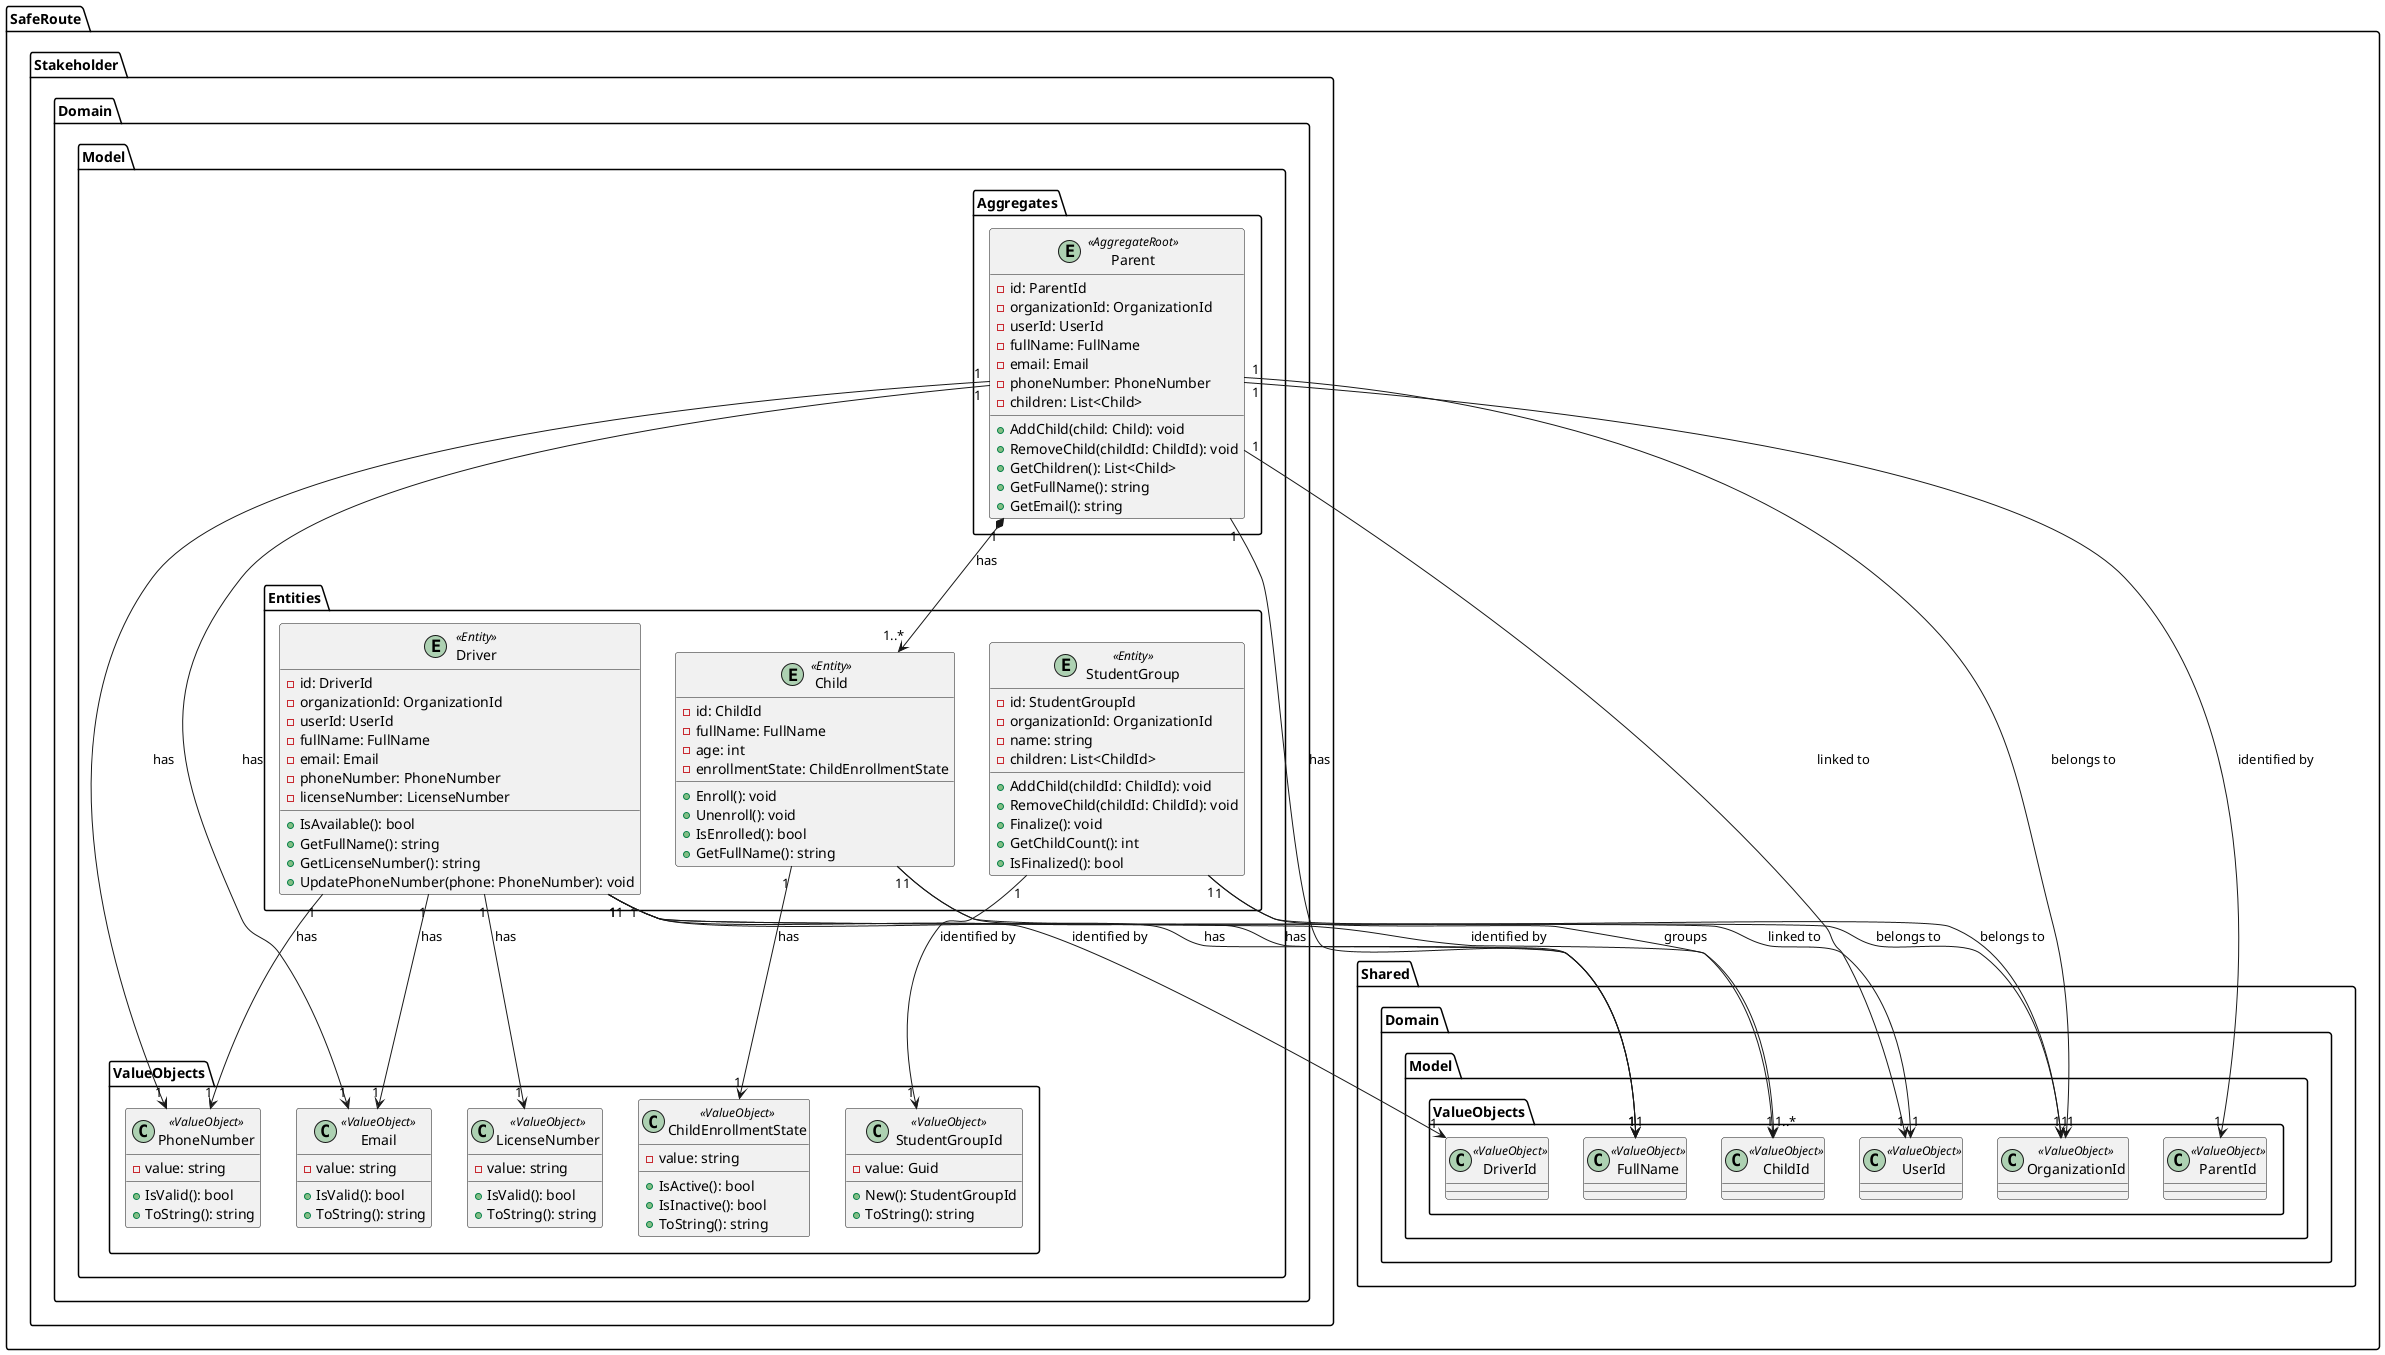
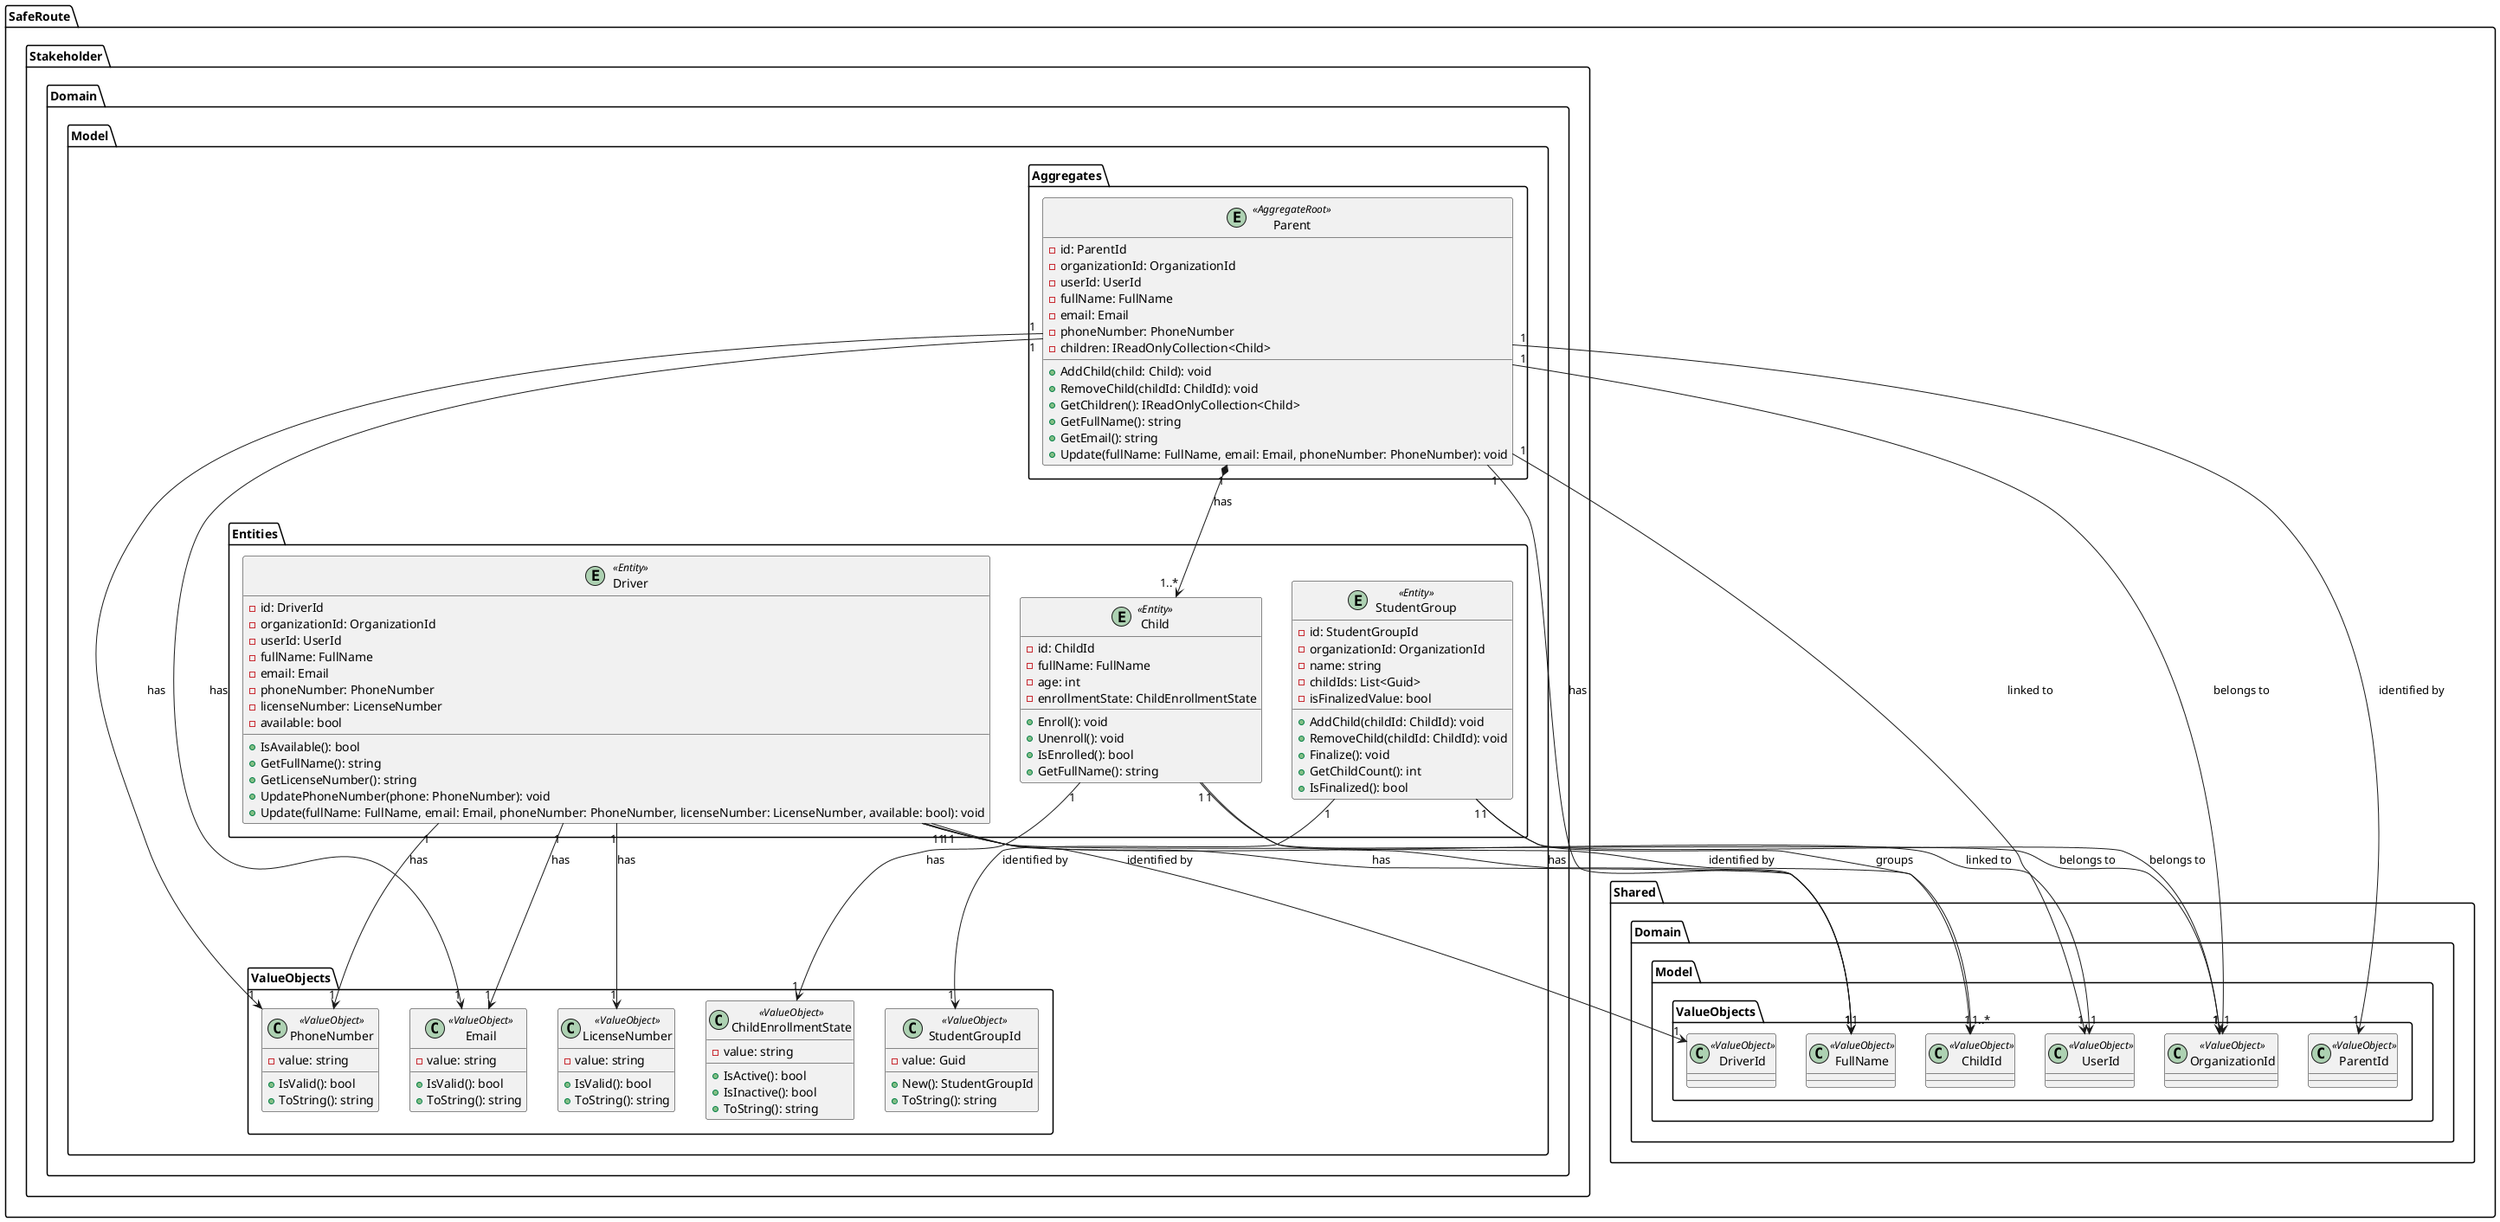
@startuml
skinparam monochrome false

package "SafeRoute.Stakeholder.Domain.Model.Aggregates" {
  entity "Parent" as Parent <<AggregateRoot>> {
    -id: ParentId
    -organizationId: OrganizationId
    -userId: UserId
    -fullName: FullName
    -email: Email
    -phoneNumber: PhoneNumber
-     -children: List<Child>
+     -children: IReadOnlyCollection<Child>
    +AddChild(child: Child): void
    +RemoveChild(childId: ChildId): void
-     +GetChildren(): List<Child>
+     +GetChildren(): IReadOnlyCollection<Child>
    +GetFullName(): string
    +GetEmail(): string
+     +Update(fullName: FullName, email: Email, phoneNumber: PhoneNumber): void
  }
}

package "SafeRoute.Stakeholder.Domain.Model.Entities" {
  entity "Driver" as Driver <<Entity>> {
    -id: DriverId
    -organizationId: OrganizationId
    -userId: UserId
    -fullName: FullName
    -email: Email
    -phoneNumber: PhoneNumber
    -licenseNumber: LicenseNumber
+     -available: bool
    +IsAvailable(): bool
    +GetFullName(): string
    +GetLicenseNumber(): string
    +UpdatePhoneNumber(phone: PhoneNumber): void
+     +Update(fullName: FullName, email: Email, phoneNumber: PhoneNumber, licenseNumber: LicenseNumber, available: bool): void
  }

  entity "Child" as Child <<Entity>> {
    -id: ChildId
    -fullName: FullName
    -age: int
    -enrollmentState: ChildEnrollmentState
    +Enroll(): void
    +Unenroll(): void
    +IsEnrolled(): bool
    +GetFullName(): string
  }

  entity "StudentGroup" as StudentGroup <<Entity>> {
    -id: StudentGroupId
    -organizationId: OrganizationId
    -name: string
-     -children: List<ChildId>
+     -childIds: List<Guid>
+     -isFinalizedValue: bool
    +AddChild(childId: ChildId): void
    +RemoveChild(childId: ChildId): void
    +Finalize(): void
    +GetChildCount(): int
    +IsFinalized(): bool
  }
}

package "SafeRoute.Stakeholder.Domain.Model.ValueObjects" {
  class "StudentGroupId" as StudentGroupId <<ValueObject>> {
    -value: Guid
    +New(): StudentGroupId
    +ToString(): string
  }

  class "Email" as Email <<ValueObject>> {
    -value: string
    +IsValid(): bool
    +ToString(): string
  }

  class "PhoneNumber" as PhoneNumber <<ValueObject>> {
    -value: string
    +IsValid(): bool
    +ToString(): string
  }

  class "LicenseNumber" as LicenseNumber <<ValueObject>> {
    -value: string
    +IsValid(): bool
    +ToString(): string
  }

  class "ChildEnrollmentState" as ChildEnrollmentState <<ValueObject>> {
    -value: string
    +IsActive(): bool
    +IsInactive(): bool
    +ToString(): string
  }
}

' ─── Shared ──────────────────────────────────────────────────────────────────
package "SafeRoute.Shared.Domain.Model.ValueObjects" {
  class "OrganizationId" as SharedOrganizationId <<ValueObject>> {
  }
  class "UserId" as SharedUserId <<ValueObject>> {
  }
  class "ParentId" as SharedParentId <<ValueObject>> {
  }
  class "DriverId" as SharedDriverId <<ValueObject>> {
  }
  class "ChildId" as SharedChildId <<ValueObject>> {
  }
  class "FullName" as SharedFullName <<ValueObject>> {
  }
}

Parent "1" --> "1" SharedParentId : identified by
Parent "1" --> "1" SharedOrganizationId : belongs to
Parent "1" --> "1" SharedUserId : linked to
Parent "1" --> "1" SharedFullName : has
Parent "1" --> "1" Email : has
Parent "1" --> "1" PhoneNumber : has
Parent "1" *--> "1..*" Child : has
Driver "1" --> "1" SharedDriverId : identified by
Driver "1" --> "1" SharedOrganizationId : belongs to
Driver "1" --> "1" SharedUserId : linked to
Driver "1" --> "1" SharedFullName : has
Driver "1" --> "1" Email : has
Driver "1" --> "1" PhoneNumber : has
Driver "1" --> "1" LicenseNumber : has
Child "1" --> "1" SharedChildId : identified by
Child "1" --> "1" SharedFullName : has
Child "1" --> "1" ChildEnrollmentState : has
StudentGroup "1" --> "1" StudentGroupId : identified by
StudentGroup "1" --> "1" SharedOrganizationId : belongs to
StudentGroup "1" --> "1..*" SharedChildId : groups

@enduml
